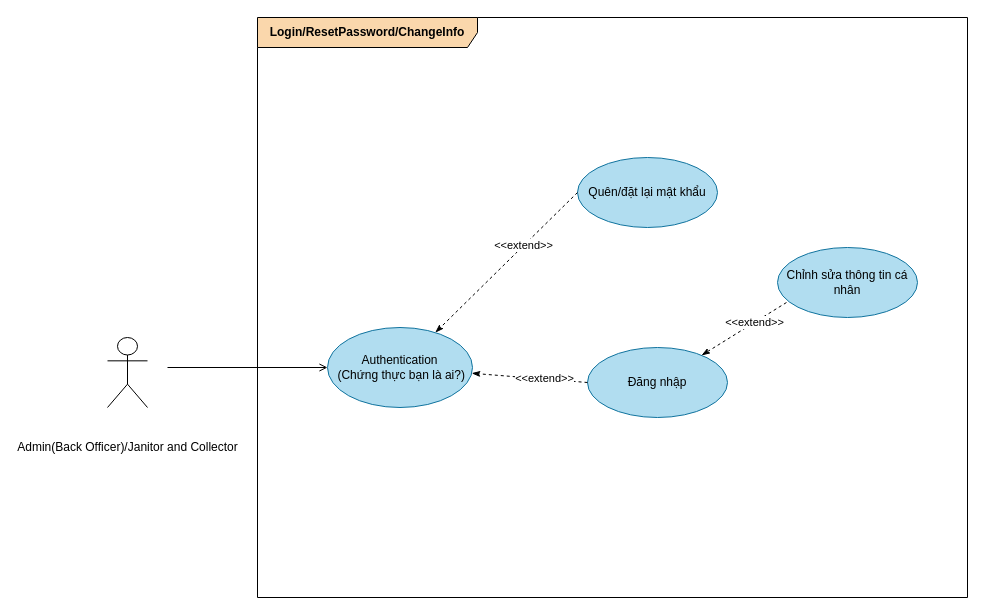
This is Task 1/1.3/Login, Logout, Reset password.drawio from astr0tas/SE-with-Da-Bois---UWC-2.0, a draw.io file, before an edit. Source tidied: cells renumbered, new cells numbered last; positions are measured from the earlier drawing's top-left corner, leaving out a move shared by most shapes. Both pictures are drawn from the tidied source at 100%, with x=0, y=0 at pixel (107, 17).
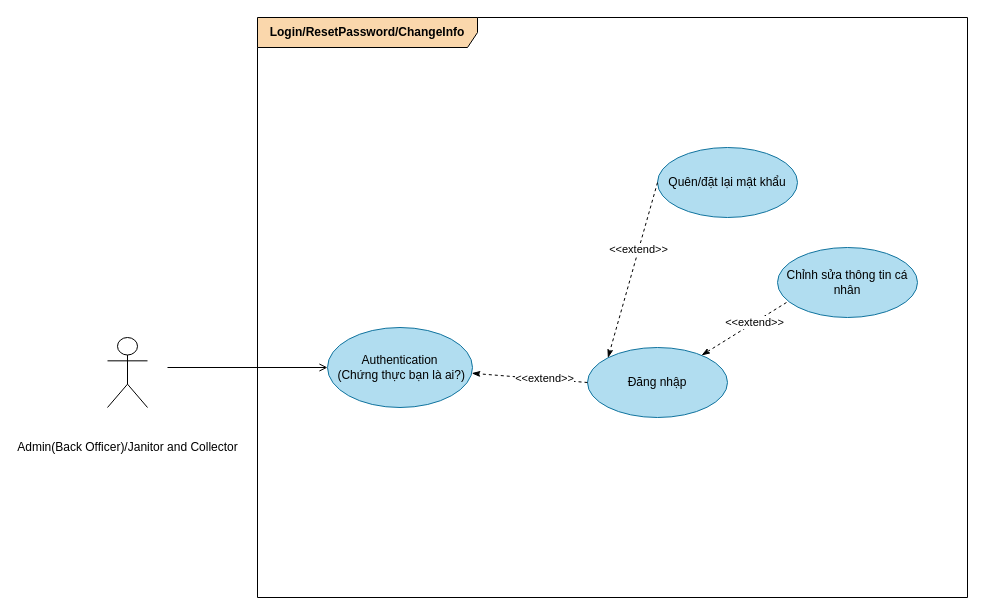
Above is the later version.

Commit message:
Update Login, Resetpassword, ChangeInfo.drawio

What changed in the source:
```diff
@@
 <mxGraphModel>
   <root>
     <mxCell id="0" />
     <mxCell id="1" parent="0" />
     <mxCell id="2" value="&lt;br&gt;&lt;table align=&quot;center&quot; cellpadding=&quot;0&quot; cellspacing=&quot;0&quot;&gt; &lt;tbody&gt;&lt;tr&gt;  &lt;td align=&quot;left&quot; valign=&quot;top&quot;&gt;&lt;p class=&quot;MsoNormal&quot;&gt;&lt;span style=&quot;background-color: initial; text-align: center;&quot;&gt;Admin(Back Officer)/&lt;/span&gt;&lt;span&gt;Janitor and Collector&lt;/span&gt;&lt;/p&gt;  &lt;/td&gt; &lt;/tr&gt;&lt;/tbody&gt;&lt;/table&gt;" style="shape=umlActor;verticalLabelPosition=bottom;verticalAlign=top;html=1;" parent="1" vertex="1">
       <mxGeometry y="320" width="40" height="70" as="geometry" />
     </mxCell>
     <mxCell id="3" value="&lt;b&gt;Login/ResetPassword/ChangeInfo&lt;/b&gt;" style="shape=umlFrame;whiteSpace=wrap;html=1;width=220;height=30;fillColor=#fad7ac;strokeColor=#000000;" parent="1" vertex="1">
       <mxGeometry x="150" width="710" height="580" as="geometry" />
     </mxCell>
     <mxCell id="4" value="Đăng nhập" style="ellipse;whiteSpace=wrap;html=1;fillColor=#b1ddf0;strokeColor=#10739e;" parent="1" vertex="1">
       <mxGeometry x="480" y="330" width="140" height="70" as="geometry" />
     </mxCell>
     <mxCell id="5" style="endArrow=open;endFill=1;html=1;rounded=0;" parent="1" edge="1">
       <mxGeometry relative="1" as="geometry">
         <mxPoint x="60" y="350" as="sourcePoint" />
         <mxPoint x="220" y="350" as="targetPoint" />
       </mxGeometry>
     </mxCell>
     <mxCell id="6" value="Quên/đặt lại mật khẩu" style="ellipse;whiteSpace=wrap;html=1;fillColor=#b1ddf0;strokeColor=#10739e;" parent="1" vertex="1">
-      <mxGeometry x="470" y="140" width="140" height="70" as="geometry" />
+      <mxGeometry x="550" y="130" width="140" height="70" as="geometry" />
     </mxCell>
-    <mxCell id="7" style="endArrow=classicThin;dashed=1;endFill=1;html=1;rounded=0;exitX=0;exitY=0.5;exitDx=0;exitDy=0;" parent="1" edge="1" source="6" target="9">
+    <mxCell id="7" style="endArrow=classicThin;dashed=1;endFill=1;html=1;rounded=0;exitX=0;exitY=0.5;exitDx=0;exitDy=0;entryX=0;entryY=0;entryDx=0;entryDy=0;" parent="1" edge="1" source="6" target="4">
       <mxGeometry relative="1" as="geometry" />
     </mxCell>
     <mxCell id="8" value="&amp;lt;&amp;lt;extend&amp;gt;&amp;gt;" style="edgeLabel;html=1;align=center;verticalAlign=middle;" parent="7" vertex="1">
       <mxGeometry x="-0.24" y="-1" relative="1" as="geometry" />
     </mxCell>
     <mxCell id="9" value="Authentication&lt;br&gt;&amp;nbsp;(Chứng thực bạn là ai?)" style="ellipse;whiteSpace=wrap;html=1;fillColor=#b1ddf0;strokeColor=#10739e;" parent="1" vertex="1">
       <mxGeometry x="220" y="310" width="145" height="80" as="geometry" />
     </mxCell>
     <mxCell id="10" style="endArrow=classicThin;dashed=1;endFill=1;html=1;rounded=0;exitX=0;exitY=0.5;exitDx=0;exitDy=0;" parent="1" edge="1" source="4" target="9">
       <mxGeometry relative="1" as="geometry" />
     </mxCell>
     <mxCell id="11" value="&amp;lt;&amp;lt;extend&amp;gt;&amp;gt;" style="edgeLabel;html=1;align=center;verticalAlign=middle;" parent="10" vertex="1">
       <mxGeometry x="-0.24" y="-1" relative="1" as="geometry" />
     </mxCell>
     <mxCell id="12" value="Chỉnh sửa thông tin cá nhân" style="ellipse;whiteSpace=wrap;html=1;fillColor=#b1ddf0;strokeColor=#10739e;" parent="1" vertex="1">
       <mxGeometry x="670" y="230" width="140" height="70" as="geometry" />
     </mxCell>
     <mxCell id="13" style="endArrow=classicThin;dashed=1;endFill=1;html=1;rounded=0;exitX=0.064;exitY=0.786;exitDx=0;exitDy=0;exitPerimeter=0;" parent="1" edge="1" source="12" target="4">
       <mxGeometry relative="1" as="geometry" />
     </mxCell>
     <mxCell id="14" value="&amp;lt;&amp;lt;extend&amp;gt;&amp;gt;" style="edgeLabel;html=1;align=center;verticalAlign=middle;" parent="13" vertex="1">
       <mxGeometry x="-0.24" y="-1" relative="1" as="geometry" />
     </mxCell>
   </root>
 </mxGraphModel>
```
